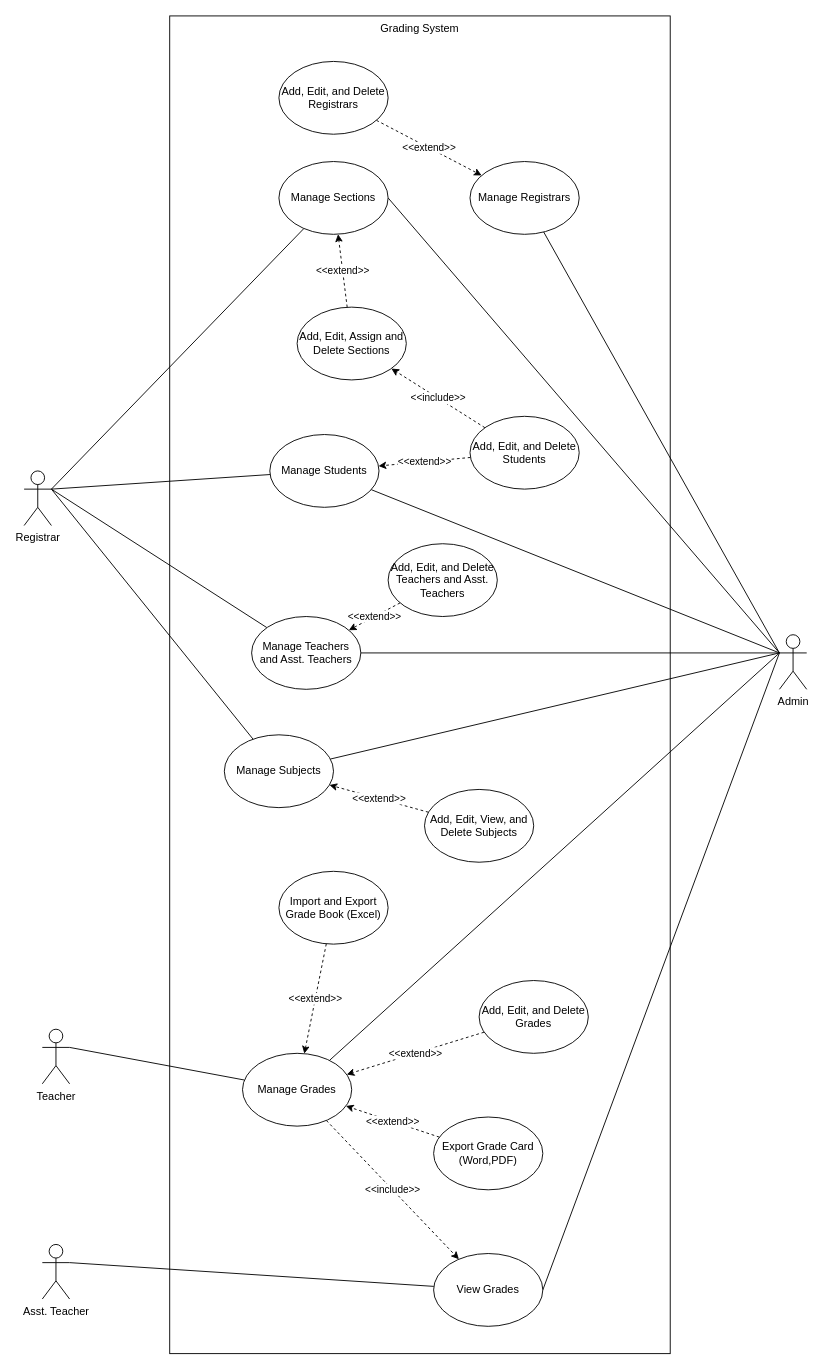
Above: page "Actors" (3 of 6) of Final_TP.drawio in vibarmiles/Grading-System (draw.io), before the change. Source tidied: cells renumbered, new cells numbered last; positions are measured from the earlier drawing's top-left corner, leaving out a move shared by most shapes. Both pictures are drawn from the tidied source at 91%, with x=0, y=0 at pixel (24, 15).
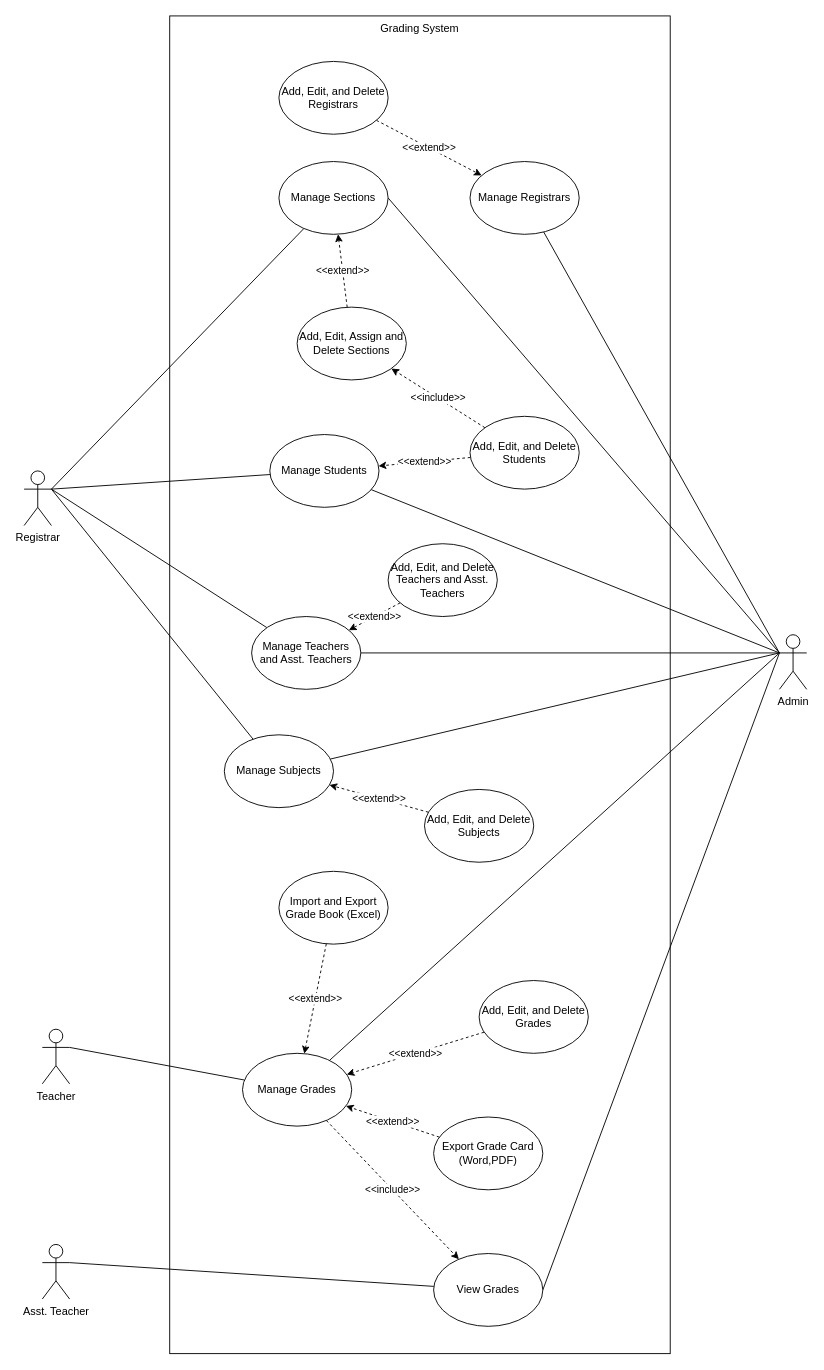
The same diagram, later.

What changed in the source:
```diff
@@
-    <mxCell id="26" value="Add, Edit, View, and Delete Subjects" style="ellipse;whiteSpace=wrap;html=1;" parent="1" vertex="1">
+    <mxCell id="26" value="Add, Edit, and Delete Subjects" style="ellipse;whiteSpace=wrap;html=1;" parent="1" vertex="1">
       <mxGeometry x="440" y="850" width="120" height="80" as="geometry" />
     </mxCell>
```
